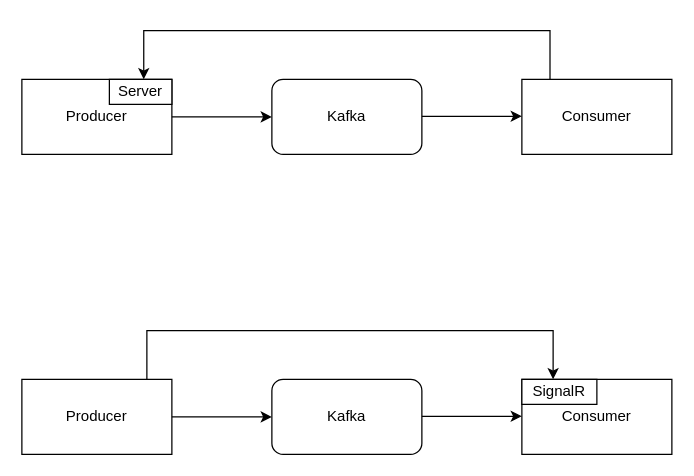
This is Images/Kafka.drawio from GitDeveloperBel/Kafka, a draw.io file, before an edit. Source tidied: cells renumbered, new cells numbered last; positions are measured from the earlier drawing's top-left corner, leaving out a move shared by most shapes. Both pictures are drawn from the tidied source at 125%, with x=0, y=0 at pixel (21, 30).
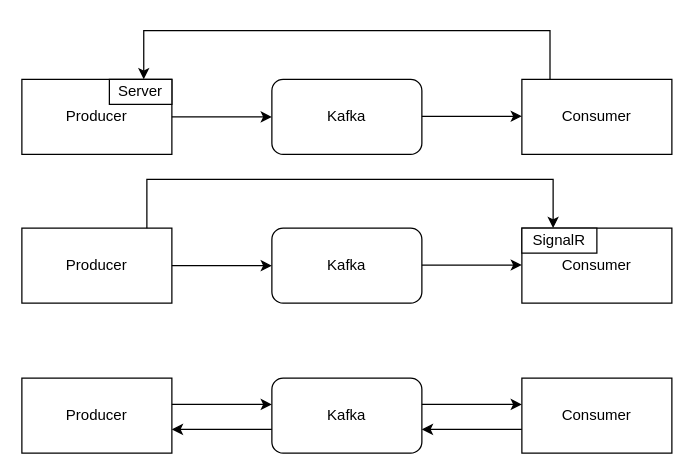
The same page after the edit.

What changed in the source:
```diff
@@
     <mxCell id="7" value="Kafka" style="rounded=1;whiteSpace=wrap;html=1;" parent="1" vertex="1">
-      <mxGeometry x="200" y="279" width="120" height="60" as="geometry" />
+      <mxGeometry x="200" y="158" width="120" height="60" as="geometry" />
     </mxCell>
     <mxCell id="8" value="Consumer" style="rounded=0;whiteSpace=wrap;html=1;" parent="1" vertex="1">
-      <mxGeometry x="400" y="279" width="120" height="60" as="geometry" />
+      <mxGeometry x="400" y="158" width="120" height="60" as="geometry" />
     </mxCell>
     <mxCell id="9" value="Producer" style="rounded=0;whiteSpace=wrap;html=1;" parent="1" vertex="1">
-      <mxGeometry y="279" width="120" height="60" as="geometry" />
+      <mxGeometry y="158" width="120" height="60" as="geometry" />
     </mxCell>
@@
     <mxCell id="11" style="endArrow=classic;startArrow=none;html=1;rounded=0;exitX=1;exitY=0.5;exitDx=0;exitDy=0;entryX=0;entryY=0.5;entryDx=0;entryDy=0;startFill=0;" parent="1" edge="1">
       <mxGeometry relative="1" as="geometry">
-        <mxPoint x="320" y="308.5" as="sourcePoint" />
-        <mxPoint x="400" y="308.5" as="targetPoint" />
+        <mxPoint x="320" y="187.5" as="sourcePoint" />
+        <mxPoint x="400" y="187.5" as="targetPoint" />
         <Array as="points">
-          <mxPoint x="370" y="308.5" />
+          <mxPoint x="370" y="187.5" />
         </Array>
       </mxGeometry>
     </mxCell>
     <mxCell id="12" value="SignalR" style="rounded=0;whiteSpace=wrap;html=1;" parent="1" vertex="1">
-      <mxGeometry x="400" y="279" width="60" height="20" as="geometry" />
+      <mxGeometry x="400" y="158" width="60" height="20" as="geometry" />
     </mxCell>
     <mxCell id="13" style="endArrow=classic;html=1;rounded=0;exitX=0.75;exitY=0;exitDx=0;exitDy=0;entryX=0.25;entryY=0;entryDx=0;entryDy=0;startArrow=none;startFill=0;endFill=1;" parent="1" edge="1">
       <mxGeometry relative="1" as="geometry">
-        <mxPoint x="100" y="279" as="sourcePoint" />
-        <mxPoint x="425" y="279" as="targetPoint" />
+        <mxPoint x="100" y="158" as="sourcePoint" />
+        <mxPoint x="425" y="158" as="targetPoint" />
         <Array as="points">
-          <mxPoint x="100" y="240" />
-          <mxPoint x="425" y="240" />
+          <mxPoint x="100" y="119" />
+          <mxPoint x="425" y="119" />
         </Array>
       </mxGeometry>
     </mxCell>
@@
+    <mxCell id="16" value="Kafka" style="rounded=1;whiteSpace=wrap;html=1;" parent="1" vertex="1">
+      <mxGeometry x="200" y="278" width="120" height="60" as="geometry" />
+    </mxCell>
+    <mxCell id="17" value="Consumer" style="rounded=0;whiteSpace=wrap;html=1;" parent="1" vertex="1">
+      <mxGeometry x="400" y="278" width="120" height="60" as="geometry" />
+    </mxCell>
+    <mxCell id="18" value="Producer" style="rounded=0;whiteSpace=wrap;html=1;" parent="1" vertex="1">
+      <mxGeometry y="278" width="120" height="60" as="geometry" />
+    </mxCell>
+    <mxCell id="19" style="endArrow=classic;startArrow=none;html=1;rounded=0;exitX=1;exitY=0.5;exitDx=0;exitDy=0;entryX=0;entryY=0.5;entryDx=0;entryDy=0;startFill=0;" parent="1" edge="1">
+      <mxGeometry relative="1" as="geometry">
+        <mxPoint x="120" y="299" as="sourcePoint" />
+        <mxPoint x="200" y="299" as="targetPoint" />
+        <Array as="points">
+          <mxPoint x="180" y="299" />
+        </Array>
+      </mxGeometry>
+    </mxCell>
+    <mxCell id="20" style="endArrow=none;startArrow=classic;html=1;rounded=0;exitX=1;exitY=0.5;exitDx=0;exitDy=0;entryX=0;entryY=0.5;entryDx=0;entryDy=0;startFill=1;endFill=0;" parent="1" edge="1">
+      <mxGeometry relative="1" as="geometry">
+        <mxPoint x="320" y="319" as="sourcePoint" />
+        <mxPoint x="400" y="319" as="targetPoint" />
+        <Array as="points">
+          <mxPoint x="370" y="319" />
+        </Array>
+      </mxGeometry>
+    </mxCell>
+    <mxCell id="21" style="endArrow=classic;startArrow=none;html=1;rounded=0;exitX=1;exitY=0.5;exitDx=0;exitDy=0;entryX=0;entryY=0.5;entryDx=0;entryDy=0;startFill=0;" parent="1" edge="1">
+      <mxGeometry relative="1" as="geometry">
+        <mxPoint x="320" y="299" as="sourcePoint" />
+        <mxPoint x="400" y="299" as="targetPoint" />
+        <Array as="points">
+          <mxPoint x="370" y="299" />
+        </Array>
+      </mxGeometry>
+    </mxCell>
+    <mxCell id="22" style="endArrow=none;startArrow=classic;html=1;rounded=0;exitX=1;exitY=0.5;exitDx=0;exitDy=0;entryX=0;entryY=0.5;entryDx=0;entryDy=0;startFill=1;endFill=0;" parent="1" edge="1">
+      <mxGeometry relative="1" as="geometry">
+        <mxPoint x="120" y="319" as="sourcePoint" />
+        <mxPoint x="200" y="319" as="targetPoint" />
+        <Array as="points">
+          <mxPoint x="180" y="319" />
+        </Array>
+      </mxGeometry>
+    </mxCell>
```
